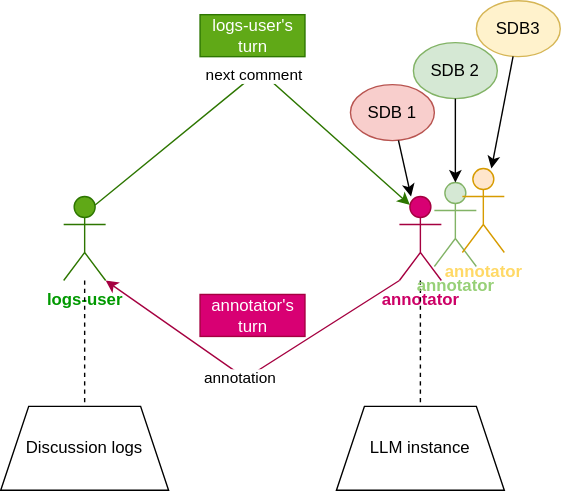
Before: paper/resources/annotation_graph_2.svg, a diagram exported from draw.io (dimits-ts/llm_moderation_research). Source tidied: cells renumbered, new cells last; positions are measured from the earlier drawing's top-left corner, leaving out a move shared by most shapes.
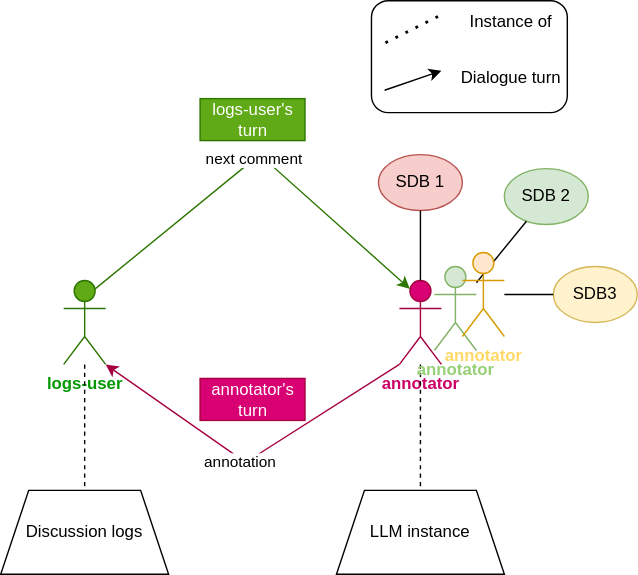
After the commit.

What changed in the source:
```diff
@@ -46,29 +46,52 @@
     <mxCell id="13" style="endArrow=none;dashed=1;html=1;rounded=0;" parent="1" edge="1" source="2" target="12">
       <mxGeometry relative="1" as="geometry" />
     </mxCell>
-    <mxCell id="14" value="&lt;b style=&quot;&quot;&gt;&lt;font color=&quot;#97d077&quot;&gt;annotator&lt;/font&gt;&lt;/b&gt;" style="shape=umlActor;verticalLabelPosition=bottom;verticalAlign=top;html=1;outlineConnect=0;fillColor=#d5e8d4;strokeColor=#82b366;" parent="1" vertex="1">
-      <mxGeometry x="310" y="130" width="30" height="60" as="geometry" />
-    </mxCell>
-    <mxCell id="15" value="&lt;b style=&quot;&quot;&gt;&lt;font color=&quot;#ffd966&quot;&gt;annotator&lt;/font&gt;&lt;/b&gt;" style="shape=umlActor;verticalLabelPosition=bottom;verticalAlign=top;html=1;outlineConnect=0;fillColor=#ffe6cc;strokeColor=#d79b00;" parent="1" vertex="1">
-      <mxGeometry x="330" y="120" width="30" height="60" as="geometry" />
-    </mxCell>
     <mxCell id="16" value="SDB 1" style="ellipse;whiteSpace=wrap;html=1;fillColor=#f8cecc;strokeColor=#b85450;" parent="1" vertex="1">
-      <mxGeometry x="250" y="60" width="60" height="40" as="geometry" />
+      <mxGeometry x="270" y="50" width="60" height="40" as="geometry" />
     </mxCell>
     <mxCell id="17" value="SDB 2" style="ellipse;whiteSpace=wrap;html=1;fillColor=#d5e8d4;strokeColor=#82b366;" parent="1" vertex="1">
-      <mxGeometry x="295" y="30" width="60" height="40" as="geometry" />
+      <mxGeometry x="360" y="60" width="60" height="40" as="geometry" />
     </mxCell>
     <mxCell id="18" value="SDB3" style="ellipse;whiteSpace=wrap;html=1;fillColor=#fff2cc;strokeColor=#d6b656;" parent="1" vertex="1">
-      <mxGeometry x="340" width="60" height="40" as="geometry" />
+      <mxGeometry x="395" y="130" width="60" height="40" as="geometry" />
     </mxCell>
+    <mxCell id="22" style="group;" parent="1" vertex="1">
+      <mxGeometry x="265" y="-60" width="140" height="80" as="geometry" />
+    </mxCell>
+    <mxCell id="23" style="rounded=1;whiteSpace=wrap;html=1;" parent="22" vertex="1">
+      <mxGeometry width="140" height="80" as="geometry" />
+    </mxCell>
+    <mxCell id="24" style="endArrow=none;dashed=1;html=1;dashPattern=1 3;strokeWidth=2;rounded=0;" parent="22" edge="1">
+      <mxGeometry relative="1" as="geometry">
+        <mxPoint x="10" y="30" as="sourcePoint" />
+        <mxPoint x="50" y="10" as="targetPoint" />
+      </mxGeometry>
+    </mxCell>
+    <mxCell id="25" value="Instance of" style="text;html=1;align=center;verticalAlign=middle;whiteSpace=wrap;rounded=0;" parent="22" vertex="1">
+      <mxGeometry x="60" width="80" height="30" as="geometry" />
+    </mxCell>
+    <mxCell id="26" style="endArrow=classic;html=1;rounded=0;exitX=0.067;exitY=0.8;exitDx=0;exitDy=0;exitPerimeter=0;" parent="22" edge="1" source="23">
+      <mxGeometry relative="1" as="geometry">
+        <mxPoint x="50" y="50" as="targetPoint" />
+      </mxGeometry>
+    </mxCell>
+    <mxCell id="27" value="Dialogue turn" style="text;html=1;align=center;verticalAlign=middle;whiteSpace=wrap;rounded=0;" parent="22" vertex="1">
+      <mxGeometry x="60" y="40" width="80" height="30" as="geometry" />
+    </mxCell>
-    <mxCell id="19" style="endArrow=classic;html=1;rounded=0;" parent="1" edge="1" source="16" target="3">
+    <mxCell id="19" style="endArrow=none;html=1;rounded=0;" parent="1" edge="1" source="16" target="3">
       <mxGeometry relative="1" as="geometry" />
     </mxCell>
-    <mxCell id="20" style="endArrow=classic;html=1;rounded=0;" parent="1" edge="1" source="17" target="14">
-      <mxGeometry relative="1" as="geometry" />
-    </mxCell>
-    <mxCell id="21" style="endArrow=classic;html=1;rounded=0;" parent="1" edge="1" source="18" target="15">
-      <mxGeometry relative="1" as="geometry" />
-    </mxCell>
+    <mxCell id="28" style="endArrow=none;html=1;rounded=0;" parent="1" edge="1" source="14" target="17">
+      <mxGeometry relative="1" as="geometry" />
+    </mxCell>
+    <mxCell id="29" style="endArrow=none;html=1;rounded=0;" parent="1" edge="1" source="15" target="18">
+      <mxGeometry relative="1" as="geometry" />
+    </mxCell>
+    <mxCell id="14" value="&lt;b style=&quot;&quot;&gt;&lt;font color=&quot;#97d077&quot;&gt;annotator&lt;/font&gt;&lt;/b&gt;" style="shape=umlActor;verticalLabelPosition=bottom;verticalAlign=top;html=1;outlineConnect=0;fillColor=#d5e8d4;strokeColor=#82b366;" parent="1" vertex="1">
+      <mxGeometry x="310" y="130" width="30" height="60" as="geometry" />
+    </mxCell>
+    <mxCell id="15" value="&lt;b style=&quot;&quot;&gt;&lt;font color=&quot;#ffd966&quot;&gt;annotator&lt;/font&gt;&lt;/b&gt;" style="shape=umlActor;verticalLabelPosition=bottom;verticalAlign=top;html=1;outlineConnect=0;fillColor=#ffe6cc;strokeColor=#d79b00;" parent="1" vertex="1">
+      <mxGeometry x="330" y="120" width="30" height="60" as="geometry" />
+    </mxCell>
   </root>
 </mxGraphModel>
```
